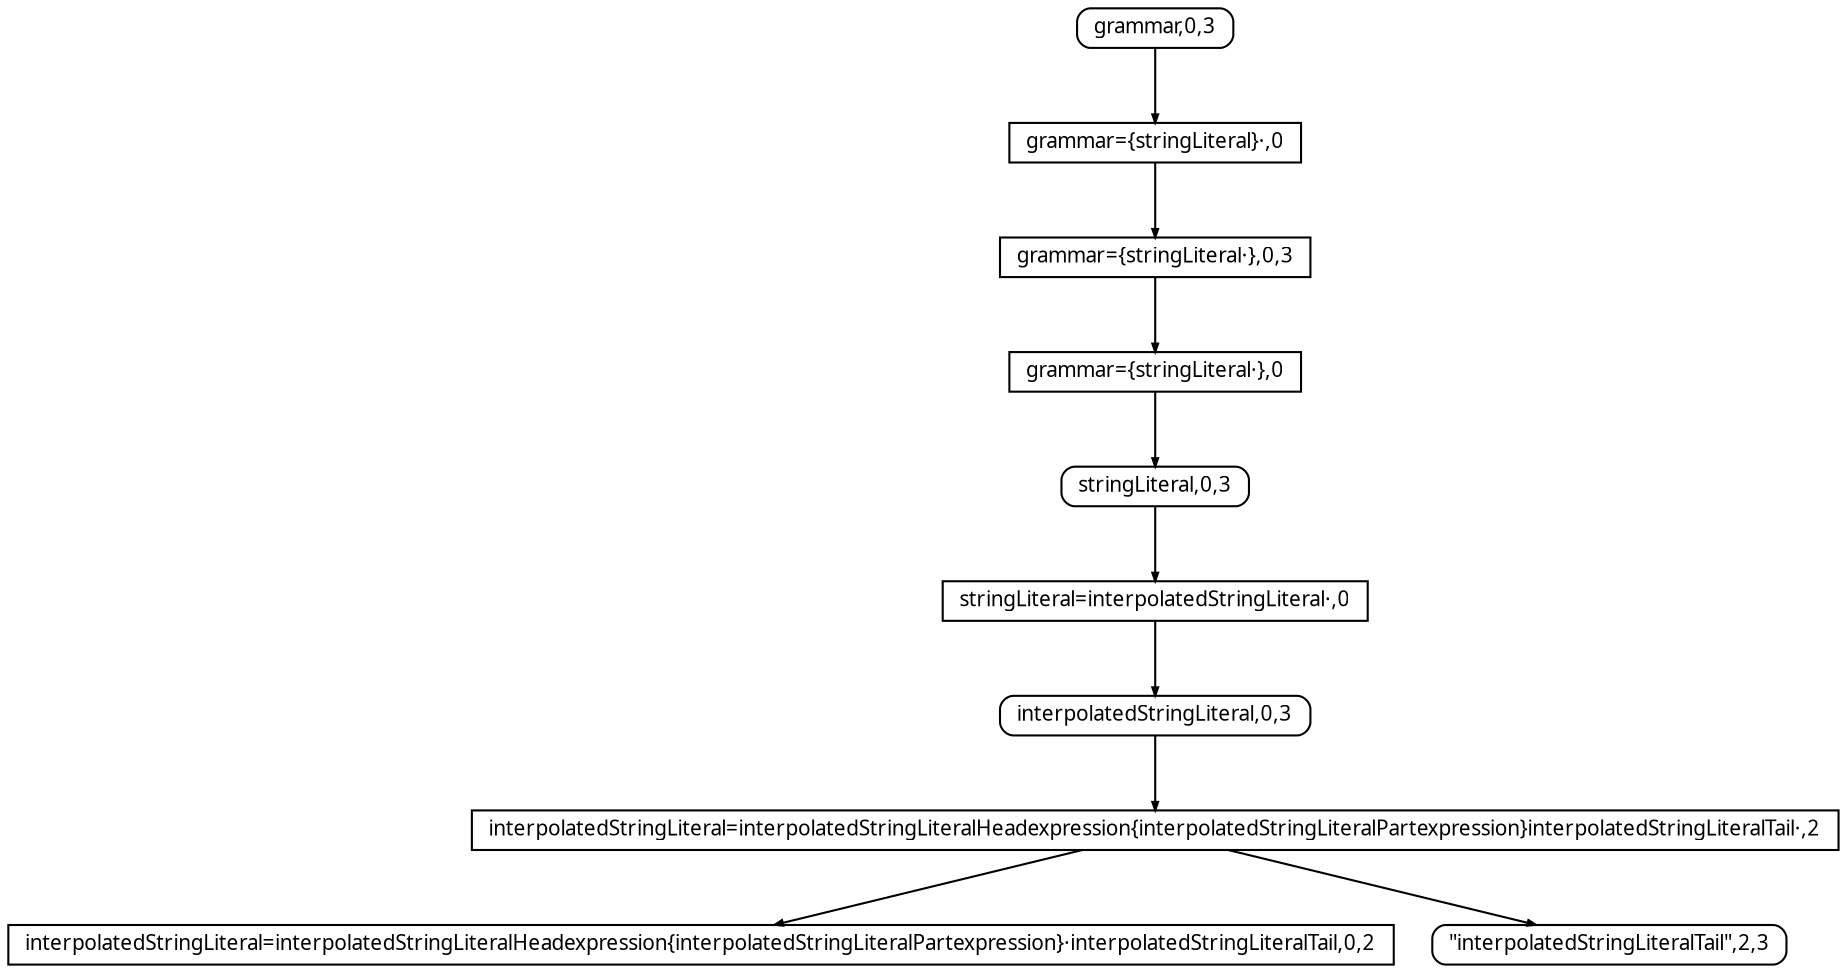
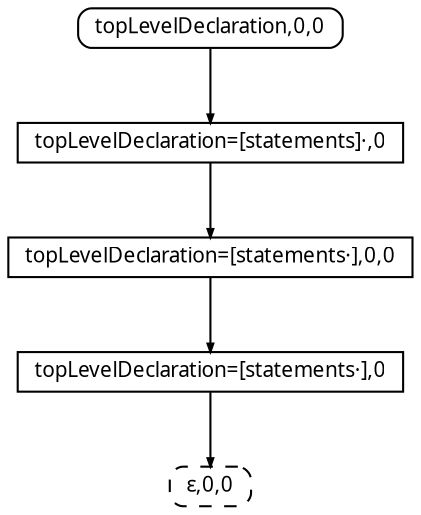
digraph SPPF {
  fontname = Menlo
  fontsize = 10
  node [fontname = Menlo, fontsize = 10]
  edge [arrowsize = 0.4]
  rankdir = "TB"
  ordering = out
-   n0 [shape = box, style = rounded, width=0.0, height=0.0, label = <grammar,0,3>]
-   n1 [shape = rectangle, width=0.0, height=0.0, label = "grammar={stringLiteral}·,0"]
-   n2 [shape = rectangle, width=0.0, height=0.0, label = <grammar={stringLiteral·},0,3>]
-   n3 [shape = rectangle, width=0.0, height=0.0, label = "grammar={stringLiteral·},0"]
-   n4 [shape = box, style = rounded, width=0.0, height=0.0, label = <stringLiteral,0,3>]
-   n5 [shape = rectangle, width=0.0, height=0.0, label = "stringLiteral=interpolatedStringLiteral·,0"]
-   n6 [shape = box, style = rounded, width=0.0, height=0.0, label = <interpolatedStringLiteral,0,3>]
-   n7 [shape = rectangle, width=0.0, height=0.0, label = "interpolatedStringLiteral=interpolatedStringLiteralHeadexpression{interpolatedStringLiteralPartexpression}interpolatedStringLiteralTail·,2"]
-   n8 [shape = box, style = rounded, width=0.0, height=0.0, label = <"interpolatedStringLiteralTail",2,3>]
-   n9 [shape = rectangle, width=0.0, height=0.0, label = <interpolatedStringLiteral=interpolatedStringLiteralHeadexpression{interpolatedStringLiteralPartexpression}·interpolatedStringLiteralTail,0,2>]
+   n0 [shape = box, style = rounded, width=0.0, height=0.0, label = <topLevelDeclaration,0,0>]
+   n1 [shape = rectangle, width=0.0, height=0.0, label = "topLevelDeclaration=[statements]·,0"]
+   n2 [shape = rectangle, width=0.0, height=0.0, label = <topLevelDeclaration=[statements·],0,0>]
+   n3 [shape = rectangle, width=0.0, height=0.0, label = "topLevelDeclaration=[statements·],0"]
+   n4 [shape = box, style = "rounded, dashed", width=0.0, height=0.0, label = <ε,0,0>]
  n0 -> n1
  n1 -> n2
  n2 -> n3
  n3 -> n4
-   n4 -> n5
-   n5 -> n6
-   n6 -> n7
-   n7 -> n9
-   n7 -> n8
}
